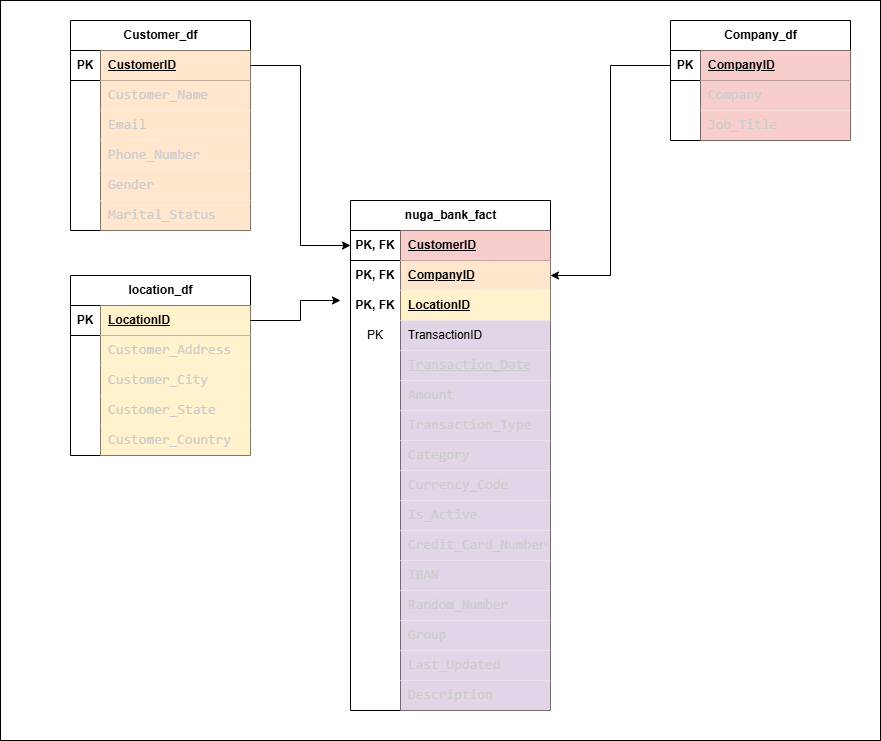
Above: nuga_bank_model-Page-2.drawio.png in Delight004/nuga_bank_pyspark (draw.io), before the change. Source tidied: cells renumbered, new cells last; positions are measured from the earlier drawing's top-left corner, leaving out a move shared by most shapes.
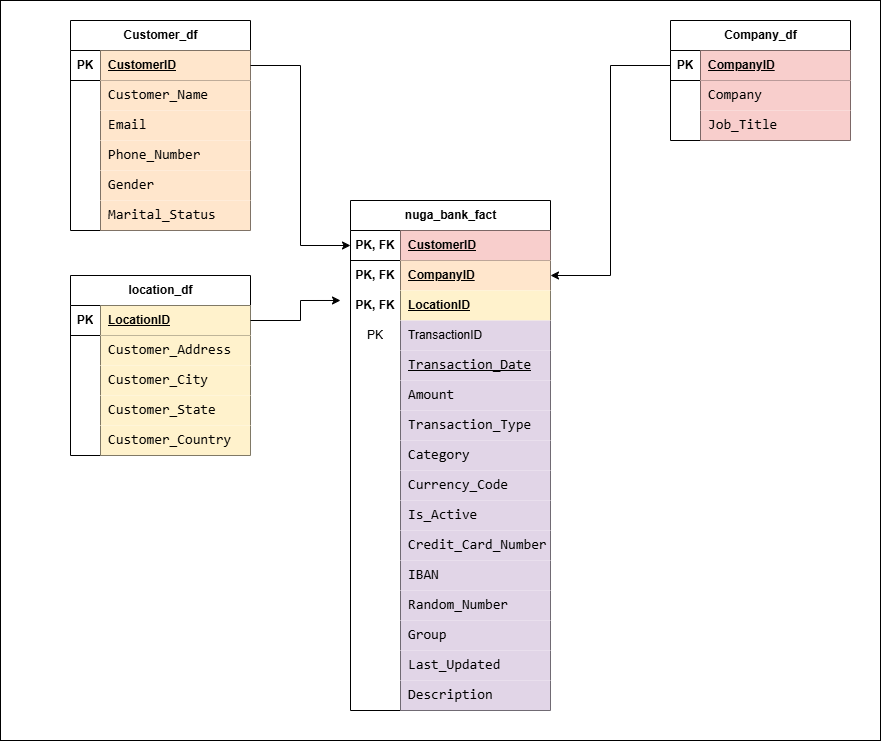
After the commit.

The edit, as a diff of the source:
```diff
@@ -28,3 +28,3 @@
     </mxCell>
-    <mxCell id="10" value="&lt;span style=&quot;color: rgb(204, 204, 204); font-family: Consolas, &amp;quot;Courier New&amp;quot;, monospace; font-size: 14px; white-space: pre;&quot;&gt;Customer_Name&lt;/span&gt;" style="shape=partialRectangle;fillColor=#ffe6cc;top=0;left=0;bottom=0;right=0;align=left;spacingLeft=6;overflow=hidden;whiteSpace=wrap;html=1;strokeColor=#d79b00;" parent="8" vertex="1">
+    <mxCell id="10" value="&lt;span style=&quot;font-family: Consolas, &amp;quot;Courier New&amp;quot;, monospace; font-size: 14px; white-space: pre;&quot;&gt;Customer_Name&lt;/span&gt;" style="shape=partialRectangle;fillColor=#ffe6cc;top=0;left=0;bottom=0;right=0;align=left;spacingLeft=6;overflow=hidden;whiteSpace=wrap;html=1;strokeColor=#d79b00;fontColor=#000000;" parent="8" vertex="1">
       <mxGeometry x="30" width="150" height="30" as="geometry" />
@@ -37,3 +37,3 @@
     </mxCell>
-    <mxCell id="13" value="&lt;span style=&quot;color: rgb(204, 204, 204); font-family: Consolas, &amp;quot;Courier New&amp;quot;, monospace; font-size: 14px; white-space: pre;&quot;&gt;Email&lt;/span&gt;" style="shape=partialRectangle;fillColor=#ffe6cc;top=0;left=0;bottom=0;right=0;align=left;spacingLeft=6;overflow=hidden;whiteSpace=wrap;html=1;strokeColor=#d79b00;" parent="11" vertex="1">
+    <mxCell id="13" value="&lt;span style=&quot;font-family: Consolas, &amp;quot;Courier New&amp;quot;, monospace; font-size: 14px; white-space: pre;&quot;&gt;Email&lt;/span&gt;" style="shape=partialRectangle;fillColor=#ffe6cc;top=0;left=0;bottom=0;right=0;align=left;spacingLeft=6;overflow=hidden;whiteSpace=wrap;html=1;strokeColor=#d79b00;fontColor=#000000;" parent="11" vertex="1">
       <mxGeometry x="30" width="150" height="30" as="geometry" />
@@ -46,3 +46,3 @@
     </mxCell>
-    <mxCell id="16" value="&lt;span style=&quot;color: rgb(204, 204, 204); font-family: Consolas, &amp;quot;Courier New&amp;quot;, monospace; font-size: 14px; white-space: pre;&quot;&gt;Phone_Number&lt;/span&gt;" style="shape=partialRectangle;fillColor=#ffe6cc;top=0;left=0;bottom=0;right=0;align=left;spacingLeft=6;overflow=hidden;whiteSpace=wrap;html=1;strokeColor=#d79b00;" parent="14" vertex="1">
+    <mxCell id="16" value="&lt;span style=&quot;font-family: Consolas, &amp;quot;Courier New&amp;quot;, monospace; font-size: 14px; white-space: pre;&quot;&gt;Phone_Number&lt;/span&gt;" style="shape=partialRectangle;fillColor=#ffe6cc;top=0;left=0;bottom=0;right=0;align=left;spacingLeft=6;overflow=hidden;whiteSpace=wrap;html=1;strokeColor=#d79b00;fontColor=#000000;" parent="14" vertex="1">
       <mxGeometry x="30" width="150" height="30" as="geometry" />
@@ -55,3 +55,3 @@
     </mxCell>
-    <mxCell id="19" value="&lt;span style=&quot;color: rgb(204, 204, 204); font-family: Consolas, &amp;quot;Courier New&amp;quot;, monospace; font-size: 14px; white-space: pre;&quot;&gt;Gender&lt;/span&gt;" style="shape=partialRectangle;fillColor=#ffe6cc;top=0;left=0;bottom=0;right=0;align=left;spacingLeft=6;overflow=hidden;whiteSpace=wrap;html=1;strokeColor=#d79b00;" parent="17" vertex="1">
+    <mxCell id="19" value="&lt;span style=&quot;font-family: Consolas, &amp;quot;Courier New&amp;quot;, monospace; font-size: 14px; white-space: pre;&quot;&gt;Gender&lt;/span&gt;" style="shape=partialRectangle;fillColor=#ffe6cc;top=0;left=0;bottom=0;right=0;align=left;spacingLeft=6;overflow=hidden;whiteSpace=wrap;html=1;strokeColor=#d79b00;fontColor=#000000;" parent="17" vertex="1">
       <mxGeometry x="30" width="150" height="30" as="geometry" />
@@ -64,3 +64,3 @@
     </mxCell>
-    <mxCell id="22" value="&lt;span style=&quot;color: rgb(204, 204, 204); font-family: Consolas, &amp;quot;Courier New&amp;quot;, monospace; font-size: 14px; white-space: pre;&quot;&gt;Marital_Status&lt;/span&gt;" style="shape=partialRectangle;fillColor=#ffe6cc;top=0;left=0;bottom=0;right=0;align=left;spacingLeft=6;overflow=hidden;whiteSpace=wrap;html=1;strokeColor=#d79b00;" parent="20" vertex="1">
+    <mxCell id="22" value="&lt;span style=&quot;font-family: Consolas, &amp;quot;Courier New&amp;quot;, monospace; font-size: 14px; white-space: pre;&quot;&gt;Marital_Status&lt;/span&gt;" style="shape=partialRectangle;fillColor=#ffe6cc;top=0;left=0;bottom=0;right=0;align=left;spacingLeft=6;overflow=hidden;whiteSpace=wrap;html=1;strokeColor=#d79b00;fontColor=#000000;" parent="20" vertex="1">
       <mxGeometry x="30" width="150" height="30" as="geometry" />
@@ -85,3 +85,3 @@
     </mxCell>
-    <mxCell id="29" value="&lt;span style=&quot;color: rgb(204, 204, 204); font-family: Consolas, &amp;quot;Courier New&amp;quot;, monospace; font-size: 14px; white-space: pre;&quot;&gt;Company&lt;/span&gt;" style="shape=partialRectangle;fillColor=#f8cecc;top=0;left=0;bottom=0;right=0;align=left;spacingLeft=6;overflow=hidden;whiteSpace=wrap;html=1;strokeColor=#b85450;" parent="27" vertex="1">
+    <mxCell id="29" value="&lt;span style=&quot;font-family: Consolas, &amp;quot;Courier New&amp;quot;, monospace; font-size: 14px; white-space: pre;&quot;&gt;Company&lt;/span&gt;" style="shape=partialRectangle;fillColor=#f8cecc;top=0;left=0;bottom=0;right=0;align=left;spacingLeft=6;overflow=hidden;whiteSpace=wrap;html=1;strokeColor=#b85450;fontColor=#000000;" parent="27" vertex="1">
       <mxGeometry x="30" width="150" height="30" as="geometry" />
@@ -94,3 +94,3 @@
     </mxCell>
-    <mxCell id="32" value="&lt;span style=&quot;color: rgb(204, 204, 204); font-family: Consolas, &amp;quot;Courier New&amp;quot;, monospace; font-size: 14px; white-space: pre;&quot;&gt;Job_Title&lt;/span&gt;" style="shape=partialRectangle;fillColor=#f8cecc;top=0;left=0;bottom=0;right=0;align=left;spacingLeft=6;overflow=hidden;whiteSpace=wrap;html=1;strokeColor=#b85450;" parent="30" vertex="1">
+    <mxCell id="32" value="&lt;span style=&quot;font-family: Consolas, &amp;quot;Courier New&amp;quot;, monospace; font-size: 14px; white-space: pre;&quot;&gt;Job_Title&lt;/span&gt;" style="shape=partialRectangle;fillColor=#f8cecc;top=0;left=0;bottom=0;right=0;align=left;spacingLeft=6;overflow=hidden;whiteSpace=wrap;html=1;strokeColor=#b85450;fontColor=#000000;" parent="30" vertex="1">
       <mxGeometry x="30" width="150" height="30" as="geometry" />
@@ -115,3 +115,3 @@
     </mxCell>
-    <mxCell id="39" value="&lt;span style=&quot;color: rgb(204, 204, 204); font-family: Consolas, &amp;quot;Courier New&amp;quot;, monospace; font-size: 14px; white-space: pre;&quot;&gt;Customer_Address&lt;/span&gt;" style="shape=partialRectangle;fillColor=#fff2cc;top=0;left=0;bottom=0;right=0;align=left;spacingLeft=6;overflow=hidden;whiteSpace=wrap;html=1;strokeColor=#d6b656;" parent="37" vertex="1">
+    <mxCell id="39" value="&lt;span style=&quot;font-family: Consolas, &amp;quot;Courier New&amp;quot;, monospace; font-size: 14px; white-space: pre;&quot;&gt;Customer_Address&lt;/span&gt;" style="shape=partialRectangle;fillColor=#fff2cc;top=0;left=0;bottom=0;right=0;align=left;spacingLeft=6;overflow=hidden;whiteSpace=wrap;html=1;strokeColor=#d6b656;fontColor=#000000;" parent="37" vertex="1">
       <mxGeometry x="30" width="150" height="30" as="geometry" />
@@ -124,3 +124,3 @@
     </mxCell>
-    <mxCell id="42" value="&lt;span style=&quot;color: rgb(204, 204, 204); font-family: Consolas, &amp;quot;Courier New&amp;quot;, monospace; font-size: 14px; white-space: pre;&quot;&gt;Customer_City&lt;/span&gt;" style="shape=partialRectangle;fillColor=#fff2cc;top=0;left=0;bottom=0;right=0;align=left;spacingLeft=6;overflow=hidden;whiteSpace=wrap;html=1;strokeColor=#d6b656;" parent="40" vertex="1">
+    <mxCell id="42" value="&lt;span style=&quot;font-family: Consolas, &amp;quot;Courier New&amp;quot;, monospace; font-size: 14px; white-space: pre;&quot;&gt;Customer_City&lt;/span&gt;" style="shape=partialRectangle;fillColor=#fff2cc;top=0;left=0;bottom=0;right=0;align=left;spacingLeft=6;overflow=hidden;whiteSpace=wrap;html=1;strokeColor=#d6b656;fontColor=#000000;" parent="40" vertex="1">
       <mxGeometry x="30" width="150" height="30" as="geometry" />
@@ -133,3 +133,3 @@
     </mxCell>
-    <mxCell id="45" value="&lt;span style=&quot;color: rgb(204, 204, 204); font-family: Consolas, &amp;quot;Courier New&amp;quot;, monospace; font-size: 14px; white-space: pre;&quot;&gt;Customer_State&lt;/span&gt;" style="shape=partialRectangle;fillColor=#fff2cc;top=0;left=0;bottom=0;right=0;align=left;spacingLeft=6;overflow=hidden;whiteSpace=wrap;html=1;strokeColor=#d6b656;" parent="43" vertex="1">
+    <mxCell id="45" value="&lt;span style=&quot;font-family: Consolas, &amp;quot;Courier New&amp;quot;, monospace; font-size: 14px; white-space: pre;&quot;&gt;Customer_State&lt;/span&gt;" style="shape=partialRectangle;fillColor=#fff2cc;top=0;left=0;bottom=0;right=0;align=left;spacingLeft=6;overflow=hidden;whiteSpace=wrap;html=1;strokeColor=#d6b656;fontColor=#000000;" parent="43" vertex="1">
       <mxGeometry x="30" width="150" height="30" as="geometry" />
@@ -142,3 +142,3 @@
     </mxCell>
-    <mxCell id="48" value="&lt;span style=&quot;color: rgb(204, 204, 204); font-family: Consolas, &amp;quot;Courier New&amp;quot;, monospace; font-size: 14px; white-space: pre;&quot;&gt;Customer_Country&lt;/span&gt;" style="shape=partialRectangle;fillColor=#fff2cc;top=0;left=0;bottom=0;right=0;align=left;spacingLeft=6;overflow=hidden;whiteSpace=wrap;html=1;strokeColor=#d6b656;" parent="46" vertex="1">
+    <mxCell id="48" value="&lt;span style=&quot;font-family: Consolas, &amp;quot;Courier New&amp;quot;, monospace; font-size: 14px; white-space: pre;&quot;&gt;Customer_Country&lt;/span&gt;" style="shape=partialRectangle;fillColor=#fff2cc;top=0;left=0;bottom=0;right=0;align=left;spacingLeft=6;overflow=hidden;whiteSpace=wrap;html=1;strokeColor=#d6b656;fontColor=#000000;" parent="46" vertex="1">
       <mxGeometry x="30" width="150" height="30" as="geometry" />
@@ -190,3 +190,3 @@
     </mxCell>
-    <mxCell id="64" value="&lt;span style=&quot;color: rgb(204, 204, 204); font-family: Consolas, &amp;quot;Courier New&amp;quot;, monospace; font-size: 14px; white-space: pre; text-decoration-line: underline;&quot;&gt;Transaction_Date&lt;/span&gt;" style="shape=partialRectangle;fillColor=#e1d5e7;top=0;left=0;bottom=0;right=0;align=left;spacingLeft=6;overflow=hidden;whiteSpace=wrap;html=1;strokeColor=#9673a6;" parent="62" vertex="1">
+    <mxCell id="64" value="&lt;span style=&quot;font-family: Consolas, &amp;quot;Courier New&amp;quot;, monospace; font-size: 14px; white-space: pre; text-decoration-line: underline;&quot;&gt;Transaction_Date&lt;/span&gt;" style="shape=partialRectangle;fillColor=#e1d5e7;top=0;left=0;bottom=0;right=0;align=left;spacingLeft=6;overflow=hidden;whiteSpace=wrap;html=1;strokeColor=#9673a6;fontColor=#000000;" parent="62" vertex="1">
       <mxGeometry x="50" width="150" height="30" as="geometry" />
@@ -199,3 +199,3 @@
     </mxCell>
-    <mxCell id="67" value="&lt;span style=&quot;color: rgb(204, 204, 204); font-family: Consolas, &amp;quot;Courier New&amp;quot;, monospace; font-size: 14px; white-space: pre;&quot;&gt;Amount&lt;/span&gt;" style="shape=partialRectangle;fillColor=#e1d5e7;top=0;left=0;bottom=0;right=0;align=left;spacingLeft=6;overflow=hidden;whiteSpace=wrap;html=1;strokeColor=#9673a6;" parent="65" vertex="1">
+    <mxCell id="67" value="&lt;span style=&quot;font-family: Consolas, &amp;quot;Courier New&amp;quot;, monospace; font-size: 14px; white-space: pre;&quot;&gt;Amount&lt;/span&gt;" style="shape=partialRectangle;fillColor=#e1d5e7;top=0;left=0;bottom=0;right=0;align=left;spacingLeft=6;overflow=hidden;whiteSpace=wrap;html=1;strokeColor=#9673a6;fontColor=#000000;" parent="65" vertex="1">
       <mxGeometry x="50" width="150" height="30" as="geometry" />
@@ -208,3 +208,3 @@
     </mxCell>
-    <mxCell id="70" value="&lt;span style=&quot;color: rgb(204, 204, 204); font-family: Consolas, &amp;quot;Courier New&amp;quot;, monospace; font-size: 14px; white-space: pre;&quot;&gt;Transaction_Type&lt;/span&gt;" style="shape=partialRectangle;fillColor=#e1d5e7;top=0;left=0;bottom=0;right=0;align=left;spacingLeft=6;overflow=hidden;whiteSpace=wrap;html=1;strokeColor=#9673a6;" parent="68" vertex="1">
+    <mxCell id="70" value="&lt;span style=&quot;font-family: Consolas, &amp;quot;Courier New&amp;quot;, monospace; font-size: 14px; white-space: pre;&quot;&gt;Transaction_Type&lt;/span&gt;" style="shape=partialRectangle;fillColor=#e1d5e7;top=0;left=0;bottom=0;right=0;align=left;spacingLeft=6;overflow=hidden;whiteSpace=wrap;html=1;strokeColor=#9673a6;fontColor=#000000;" parent="68" vertex="1">
       <mxGeometry x="50" width="150" height="30" as="geometry" />
@@ -217,3 +217,3 @@
     </mxCell>
-    <mxCell id="73" value="&lt;span style=&quot;color: rgb(204, 204, 204); font-family: Consolas, &amp;quot;Courier New&amp;quot;, monospace; font-size: 14px; white-space: pre;&quot;&gt;Category&lt;/span&gt;" style="shape=partialRectangle;fillColor=#e1d5e7;top=0;left=0;bottom=0;right=0;align=left;spacingLeft=6;overflow=hidden;whiteSpace=wrap;html=1;strokeColor=#9673a6;" parent="71" vertex="1">
+    <mxCell id="73" value="&lt;span style=&quot;font-family: Consolas, &amp;quot;Courier New&amp;quot;, monospace; font-size: 14px; white-space: pre;&quot;&gt;Category&lt;/span&gt;" style="shape=partialRectangle;fillColor=#e1d5e7;top=0;left=0;bottom=0;right=0;align=left;spacingLeft=6;overflow=hidden;whiteSpace=wrap;html=1;strokeColor=#9673a6;fontColor=#000000;" parent="71" vertex="1">
       <mxGeometry x="50" width="150" height="30" as="geometry" />
@@ -226,3 +226,3 @@
     </mxCell>
-    <mxCell id="76" value="&lt;span style=&quot;color: rgb(204, 204, 204); font-family: Consolas, &amp;quot;Courier New&amp;quot;, monospace; font-size: 14px; white-space: pre;&quot;&gt;Currency_Code&lt;/span&gt;" style="shape=partialRectangle;fillColor=#e1d5e7;top=0;left=0;bottom=0;right=0;align=left;spacingLeft=6;overflow=hidden;whiteSpace=wrap;html=1;strokeColor=#9673a6;" parent="74" vertex="1">
+    <mxCell id="76" value="&lt;span style=&quot;font-family: Consolas, &amp;quot;Courier New&amp;quot;, monospace; font-size: 14px; white-space: pre;&quot;&gt;Currency_Code&lt;/span&gt;" style="shape=partialRectangle;fillColor=#e1d5e7;top=0;left=0;bottom=0;right=0;align=left;spacingLeft=6;overflow=hidden;whiteSpace=wrap;html=1;strokeColor=#9673a6;fontColor=#000000;" parent="74" vertex="1">
       <mxGeometry x="50" width="150" height="30" as="geometry" />
@@ -235,3 +235,3 @@
     </mxCell>
-    <mxCell id="79" value="&lt;span style=&quot;color: rgb(204, 204, 204); font-family: Consolas, &amp;quot;Courier New&amp;quot;, monospace; font-size: 14px; white-space: pre;&quot;&gt;Is_Active&lt;/span&gt;" style="shape=partialRectangle;fillColor=#e1d5e7;top=0;left=0;bottom=0;right=0;align=left;spacingLeft=6;overflow=hidden;whiteSpace=wrap;html=1;strokeColor=#9673a6;" parent="77" vertex="1">
+    <mxCell id="79" value="&lt;span style=&quot;font-family: Consolas, &amp;quot;Courier New&amp;quot;, monospace; font-size: 14px; white-space: pre;&quot;&gt;Is_Active&lt;/span&gt;" style="shape=partialRectangle;fillColor=#e1d5e7;top=0;left=0;bottom=0;right=0;align=left;spacingLeft=6;overflow=hidden;whiteSpace=wrap;html=1;strokeColor=#9673a6;fontColor=#000000;" parent="77" vertex="1">
       <mxGeometry x="50" width="150" height="30" as="geometry" />
@@ -244,3 +244,3 @@
     </mxCell>
-    <mxCell id="82" value="&lt;span style=&quot;color: rgb(204, 204, 204); font-family: Consolas, &amp;quot;Courier New&amp;quot;, monospace; font-size: 14px; white-space: pre;&quot;&gt;Credit_Card_Number&lt;/span&gt;" style="shape=partialRectangle;fillColor=#e1d5e7;top=0;left=0;bottom=0;right=0;align=left;spacingLeft=6;overflow=hidden;whiteSpace=wrap;html=1;strokeColor=#9673a6;" parent="80" vertex="1">
+    <mxCell id="82" value="&lt;span style=&quot;font-family: Consolas, &amp;quot;Courier New&amp;quot;, monospace; font-size: 14px; white-space: pre;&quot;&gt;Credit_Card_Number&lt;/span&gt;" style="shape=partialRectangle;fillColor=#e1d5e7;top=0;left=0;bottom=0;right=0;align=left;spacingLeft=6;overflow=hidden;whiteSpace=wrap;html=1;strokeColor=#9673a6;fontColor=#000000;" parent="80" vertex="1">
       <mxGeometry x="50" width="150" height="30" as="geometry" />
@@ -253,3 +253,3 @@
     </mxCell>
-    <mxCell id="85" value="&lt;span style=&quot;color: rgb(204, 204, 204); font-family: Consolas, &amp;quot;Courier New&amp;quot;, monospace; font-size: 14px; white-space: pre;&quot;&gt;IBAN&lt;/span&gt;" style="shape=partialRectangle;fillColor=#e1d5e7;top=0;left=0;bottom=0;right=0;align=left;spacingLeft=6;overflow=hidden;whiteSpace=wrap;html=1;strokeColor=#9673a6;" parent="83" vertex="1">
+    <mxCell id="85" value="&lt;span style=&quot;font-family: Consolas, &amp;quot;Courier New&amp;quot;, monospace; font-size: 14px; white-space: pre;&quot;&gt;IBAN&lt;/span&gt;" style="shape=partialRectangle;fillColor=#e1d5e7;top=0;left=0;bottom=0;right=0;align=left;spacingLeft=6;overflow=hidden;whiteSpace=wrap;html=1;strokeColor=#9673a6;fontColor=#000000;" parent="83" vertex="1">
       <mxGeometry x="50" width="150" height="30" as="geometry" />
@@ -262,3 +262,3 @@
     </mxCell>
-    <mxCell id="88" value="&lt;span style=&quot;color: rgb(204, 204, 204); font-family: Consolas, &amp;quot;Courier New&amp;quot;, monospace; font-size: 14px; white-space: pre;&quot;&gt;Random_Number&lt;/span&gt;" style="shape=partialRectangle;fillColor=#e1d5e7;top=0;left=0;bottom=0;right=0;align=left;spacingLeft=6;overflow=hidden;whiteSpace=wrap;html=1;strokeColor=#9673a6;" parent="86" vertex="1">
+    <mxCell id="88" value="&lt;span style=&quot;font-family: Consolas, &amp;quot;Courier New&amp;quot;, monospace; font-size: 14px; white-space: pre;&quot;&gt;Random_Number&lt;/span&gt;" style="shape=partialRectangle;fillColor=#e1d5e7;top=0;left=0;bottom=0;right=0;align=left;spacingLeft=6;overflow=hidden;whiteSpace=wrap;html=1;strokeColor=#9673a6;fontColor=#000000;" parent="86" vertex="1">
       <mxGeometry x="50" width="150" height="30" as="geometry" />
@@ -271,3 +271,3 @@
     </mxCell>
-    <mxCell id="91" value="&lt;span style=&quot;color: rgb(204, 204, 204); font-family: Consolas, &amp;quot;Courier New&amp;quot;, monospace; font-size: 14px; white-space: pre;&quot;&gt;Group&lt;/span&gt;" style="shape=partialRectangle;fillColor=#e1d5e7;top=0;left=0;bottom=0;right=0;align=left;spacingLeft=6;overflow=hidden;whiteSpace=wrap;html=1;strokeColor=#9673a6;" parent="89" vertex="1">
+    <mxCell id="91" value="&lt;span style=&quot;font-family: Consolas, &amp;quot;Courier New&amp;quot;, monospace; font-size: 14px; white-space: pre;&quot;&gt;Group&lt;/span&gt;" style="shape=partialRectangle;fillColor=#e1d5e7;top=0;left=0;bottom=0;right=0;align=left;spacingLeft=6;overflow=hidden;whiteSpace=wrap;html=1;strokeColor=#9673a6;fontColor=#000000;" parent="89" vertex="1">
       <mxGeometry x="50" width="150" height="30" as="geometry" />
@@ -280,3 +280,3 @@
     </mxCell>
-    <mxCell id="94" value="&lt;span style=&quot;color: rgb(204, 204, 204); font-family: Consolas, &amp;quot;Courier New&amp;quot;, monospace; font-size: 14px; white-space: pre;&quot;&gt;Last_Updated&lt;/span&gt;" style="shape=partialRectangle;fillColor=#e1d5e7;top=0;left=0;bottom=0;right=0;align=left;spacingLeft=6;overflow=hidden;whiteSpace=wrap;html=1;strokeColor=#9673a6;" parent="92" vertex="1">
+    <mxCell id="94" value="&lt;span style=&quot;font-family: Consolas, &amp;quot;Courier New&amp;quot;, monospace; font-size: 14px; white-space: pre;&quot;&gt;Last_Updated&lt;/span&gt;" style="shape=partialRectangle;fillColor=#e1d5e7;top=0;left=0;bottom=0;right=0;align=left;spacingLeft=6;overflow=hidden;whiteSpace=wrap;html=1;strokeColor=#9673a6;fontColor=#000000;" parent="92" vertex="1">
       <mxGeometry x="50" width="150" height="30" as="geometry" />
@@ -289,3 +289,3 @@
     </mxCell>
-    <mxCell id="97" value="&lt;span style=&quot;color: rgb(204, 204, 204); font-family: Consolas, &amp;quot;Courier New&amp;quot;, monospace; font-size: 14px; white-space: pre;&quot;&gt;Description&lt;/span&gt;" style="shape=partialRectangle;fillColor=#e1d5e7;top=0;left=0;bottom=0;right=0;align=left;spacingLeft=6;overflow=hidden;whiteSpace=wrap;html=1;strokeColor=#9673a6;" parent="95" vertex="1">
+    <mxCell id="97" value="&lt;span style=&quot;font-family: Consolas, &amp;quot;Courier New&amp;quot;, monospace; font-size: 14px; white-space: pre;&quot;&gt;Description&lt;/span&gt;" style="shape=partialRectangle;fillColor=#e1d5e7;top=0;left=0;bottom=0;right=0;align=left;spacingLeft=6;overflow=hidden;whiteSpace=wrap;html=1;strokeColor=#9673a6;fontColor=#000000;" parent="95" vertex="1">
       <mxGeometry x="50" width="150" height="30" as="geometry" />
```
